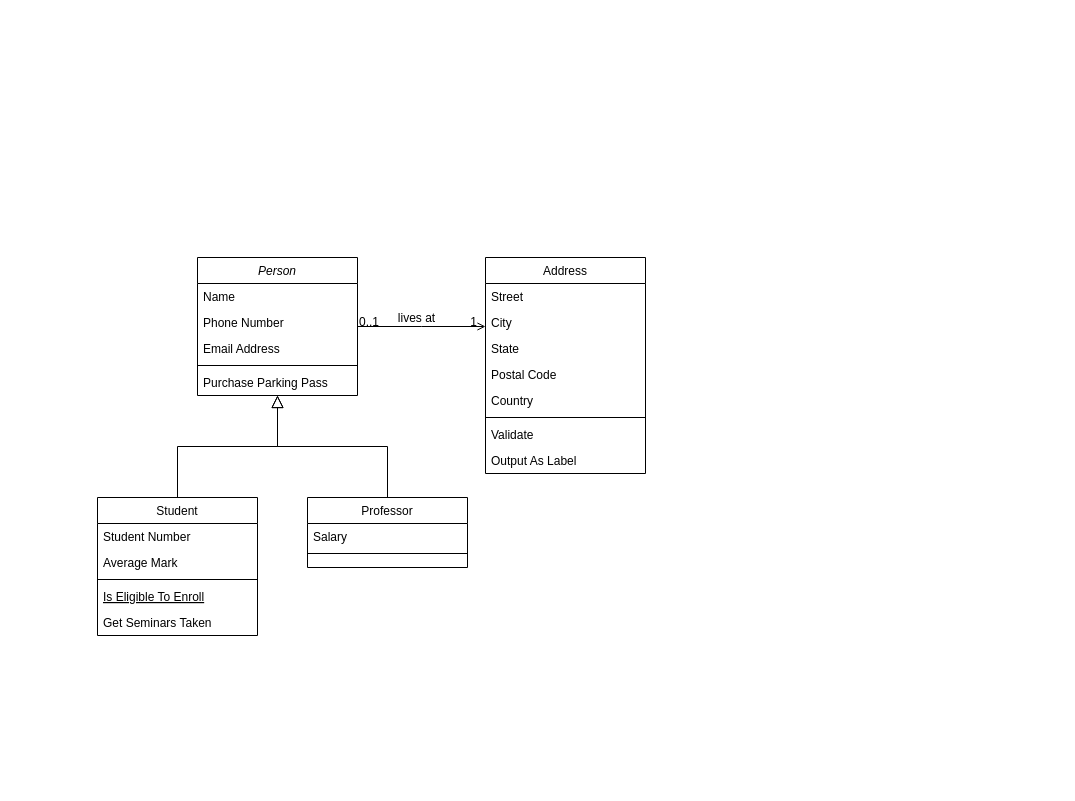
Before: ERD-Klinik-Dr.Nich.drawio in josephsbtn/Project-Klinik-Dr.Nich, a draw.io diagram. Source tidied: cells renumbered, new cells numbered last; positions are measured from the earlier drawing's top-left corner, leaving out a move shared by most shapes. Both pictures are drawn from the tidied source at 100%, with x=0, y=0 at pixel (97, 257).
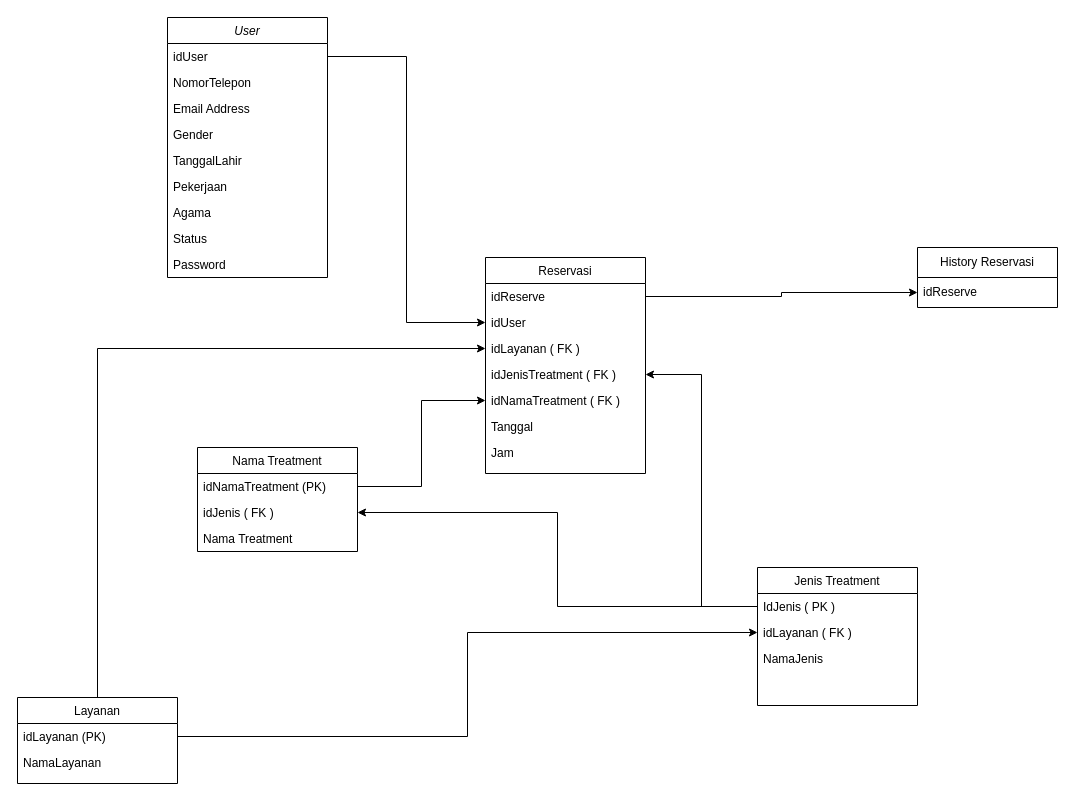
The same page after the edit.

Commit message:
ERD cuy

What changed in the source:
```diff
@@
-    <mxCell id="2" value="Person" style="swimlane;fontStyle=2;align=center;verticalAlign=top;horizontal=1;startSize=26;rounded=0;shadow=0;strokeWidth=1;" parent="1" vertex="1">
-      <mxGeometry x="100" width="160" height="138" as="geometry" />
+    <mxCell id="2" value="User" style="swimlane;fontStyle=2;align=center;verticalAlign=top;horizontal=1;startSize=26;rounded=0;shadow=0;strokeWidth=1;" parent="1" vertex="1">
+      <mxGeometry x="70" y="-240" width="160" height="260" as="geometry" />
     </mxCell>
-    <mxCell id="3" value="Name" style="text;align=left;verticalAlign=top;spacingLeft=4;spacingRight=4;overflow=hidden;points=[[0,0.5],[1,0.5]];portConstraint=eastwest;" parent="2" vertex="1">
+    <mxCell id="3" value="idUser" style="text;align=left;verticalAlign=top;spacingLeft=4;spacingRight=4;overflow=hidden;points=[[0,0.5],[1,0.5]];portConstraint=eastwest;" parent="2" vertex="1">
       <mxGeometry y="26" width="160" height="26" as="geometry" />
     </mxCell>
-    <mxCell id="4" value="Phone Number" style="text;align=left;verticalAlign=top;spacingLeft=4;spacingRight=4;overflow=hidden;rounded=0;shadow=0;html=0;" parent="2" vertex="1">
+    <mxCell id="4" value="NomorTelepon   " style="text;align=left;verticalAlign=top;spacingLeft=4;spacingRight=4;overflow=hidden;rounded=0;shadow=0;html=0;" parent="2" vertex="1">
       <mxGeometry y="52" width="160" height="26" as="geometry" />
     </mxCell>
@@
-    <mxCell id="6" style="line;html=1;strokeWidth=1;align=left;verticalAlign=middle;spacingTop=-1;spacingLeft=3;spacingRight=3;labelPosition=right;" parent="2" vertex="1">
-      <mxGeometry y="104" width="160" height="8" as="geometry" />
-    </mxCell>
-    <mxCell id="7" value="Purchase Parking Pass" style="text;align=left;verticalAlign=top;spacingLeft=4;spacingRight=4;overflow=hidden;" parent="2" vertex="1">
-      <mxGeometry y="112" width="160" height="26" as="geometry" />
+    <mxCell id="7" value="Gender" style="text;align=left;verticalAlign=top;spacingLeft=4;spacingRight=4;overflow=hidden;" parent="2" vertex="1">
+      <mxGeometry y="104" width="160" height="26" as="geometry" />
     </mxCell>
+    <mxCell id="32" value="TanggalLahir" style="text;align=left;verticalAlign=top;spacingLeft=4;spacingRight=4;overflow=hidden;rounded=0;shadow=0;html=0;" parent="2" vertex="1">
+      <mxGeometry y="130" width="160" height="26" as="geometry" />
+    </mxCell>
+    <mxCell id="33" value="Pekerjaan" style="text;align=left;verticalAlign=top;spacingLeft=4;spacingRight=4;overflow=hidden;" parent="2" vertex="1">
+      <mxGeometry y="156" width="160" height="26" as="geometry" />
+    </mxCell>
+    <mxCell id="34" value="Agama" style="text;align=left;verticalAlign=top;spacingLeft=4;spacingRight=4;overflow=hidden;" parent="2" vertex="1">
+      <mxGeometry y="182" width="160" height="26" as="geometry" />
+    </mxCell>
+    <mxCell id="35" value="Status" style="text;align=left;verticalAlign=top;spacingLeft=4;spacingRight=4;overflow=hidden;" parent="2" vertex="1">
+      <mxGeometry y="208" width="160" height="26" as="geometry" />
+    </mxCell>
+    <mxCell id="36" value="Password" style="text;align=left;verticalAlign=top;spacingLeft=4;spacingRight=4;overflow=hidden;" parent="2" vertex="1">
+      <mxGeometry y="234" width="160" height="26" as="geometry" />
+    </mxCell>
-    <mxCell id="8" value="Student" style="swimlane;fontStyle=0;align=center;verticalAlign=top;horizontal=1;startSize=26;rounded=0;shadow=0;strokeWidth=1;" parent="1" vertex="1">
-      <mxGeometry y="240" width="160" height="138" as="geometry" />
+    <mxCell id="8" value="Jenis Treatment" style="swimlane;fontStyle=0;align=center;verticalAlign=top;horizontal=1;startSize=26;rounded=0;shadow=0;strokeWidth=1;" parent="1" vertex="1">
+      <mxGeometry x="660" y="310" width="160" height="138" as="geometry" />
     </mxCell>
-    <mxCell id="9" value="Student Number" style="text;align=left;verticalAlign=top;spacingLeft=4;spacingRight=4;overflow=hidden;points=[[0,0.5],[1,0.5]];portConstraint=eastwest;" parent="8" vertex="1">
+    <mxCell id="9" value="IdJenis ( PK )" style="text;align=left;verticalAlign=top;spacingLeft=4;spacingRight=4;overflow=hidden;points=[[0,0.5],[1,0.5]];portConstraint=eastwest;" parent="8" vertex="1">
       <mxGeometry y="26" width="160" height="26" as="geometry" />
     </mxCell>
-    <mxCell id="10" value="Average Mark" style="text;align=left;verticalAlign=top;spacingLeft=4;spacingRight=4;overflow=hidden;points=[[0,0.5],[1,0.5]];portConstraint=eastwest;rounded=0;shadow=0;html=0;" parent="8" vertex="1">
+    <mxCell id="10" value="idLayanan ( FK )&#10;" style="text;align=left;verticalAlign=top;spacingLeft=4;spacingRight=4;overflow=hidden;points=[[0,0.5],[1,0.5]];portConstraint=eastwest;rounded=0;shadow=0;html=0;" parent="8" vertex="1">
       <mxGeometry y="52" width="160" height="26" as="geometry" />
     </mxCell>
-    <mxCell id="11" style="line;html=1;strokeWidth=1;align=left;verticalAlign=middle;spacingTop=-1;spacingLeft=3;spacingRight=3;labelPosition=right;" parent="8" vertex="1">
-      <mxGeometry y="78" width="160" height="8" as="geometry" />
-    </mxCell>
-    <mxCell id="12" value="Is Eligible To Enroll" style="text;align=left;verticalAlign=top;spacingLeft=4;spacingRight=4;overflow=hidden;fontStyle=4;" parent="8" vertex="1">
-      <mxGeometry y="86" width="160" height="26" as="geometry" />
-    </mxCell>
-    <mxCell id="13" value="Get Seminars Taken" style="text;align=left;verticalAlign=top;spacingLeft=4;spacingRight=4;overflow=hidden;" parent="8" vertex="1">
-      <mxGeometry y="112" width="160" height="26" as="geometry" />
-    </mxCell>
-    <mxCell id="14" style="endArrow=block;endSize=10;endFill=0;shadow=0;strokeWidth=1;rounded=0;curved=0;edgeStyle=elbowEdgeStyle;elbow=vertical;" parent="1" edge="1" source="8" target="2">
-      <mxGeometry relative="1" as="geometry" />
-    </mxCell>
+    <mxCell id="37" value="NamaJenis    " style="text;align=left;verticalAlign=top;spacingLeft=4;spacingRight=4;overflow=hidden;rounded=0;shadow=0;html=0;" parent="8" vertex="1">
+      <mxGeometry y="78" width="160" height="26" as="geometry" />
+    </mxCell>
-    <mxCell id="15" value="Professor" style="swimlane;fontStyle=0;align=center;verticalAlign=top;horizontal=1;startSize=26;rounded=0;shadow=0;strokeWidth=1;" parent="1" vertex="1">
-      <mxGeometry x="210" y="240" width="160" height="70" as="geometry" />
+    <mxCell id="15" value="Nama Treatment" style="swimlane;fontStyle=0;align=center;verticalAlign=top;horizontal=1;startSize=26;rounded=0;shadow=0;strokeWidth=1;" parent="1" vertex="1">
+      <mxGeometry x="100" y="190" width="160" height="104" as="geometry" />
     </mxCell>
-    <mxCell id="16" value="Salary" style="text;align=left;verticalAlign=top;spacingLeft=4;spacingRight=4;overflow=hidden;points=[[0,0.5],[1,0.5]];portConstraint=eastwest;" parent="15" vertex="1">
+    <mxCell id="16" value="idNamaTreatment (PK)" style="text;align=left;verticalAlign=top;spacingLeft=4;spacingRight=4;overflow=hidden;points=[[0,0.5],[1,0.5]];portConstraint=eastwest;" parent="15" vertex="1">
       <mxGeometry y="26" width="160" height="26" as="geometry" />
     </mxCell>
-    <mxCell id="17" style="line;html=1;strokeWidth=1;align=left;verticalAlign=middle;spacingTop=-1;spacingLeft=3;spacingRight=3;labelPosition=right;" parent="15" vertex="1">
-      <mxGeometry y="52" width="160" height="8" as="geometry" />
-    </mxCell>
-    <mxCell id="18" style="endArrow=block;endSize=10;endFill=0;shadow=0;strokeWidth=1;rounded=0;curved=0;edgeStyle=elbowEdgeStyle;elbow=vertical;" parent="1" edge="1" source="15" target="2">
-      <mxGeometry relative="1" as="geometry" />
-    </mxCell>
+    <mxCell id="38" value="idJenis ( FK )" style="text;align=left;verticalAlign=top;spacingLeft=4;spacingRight=4;overflow=hidden;points=[[0,0.5],[1,0.5]];portConstraint=eastwest;" parent="15" vertex="1">
+      <mxGeometry y="52" width="160" height="26" as="geometry" />
+    </mxCell>
+    <mxCell id="39" value="Nama Treatment" style="text;align=left;verticalAlign=top;spacingLeft=4;spacingRight=4;overflow=hidden;" parent="15" vertex="1">
+      <mxGeometry y="78" width="160" height="26" as="geometry" />
+    </mxCell>
-    <mxCell id="19" value="Address" style="swimlane;fontStyle=0;align=center;verticalAlign=top;horizontal=1;startSize=26;rounded=0;shadow=0;strokeWidth=1;" parent="1" vertex="1">
+    <mxCell id="19" value="Reservasi" style="swimlane;fontStyle=0;align=center;verticalAlign=top;horizontal=1;startSize=26;rounded=0;shadow=0;strokeWidth=1;" parent="1" vertex="1">
       <mxGeometry x="388" width="160" height="216" as="geometry" />
     </mxCell>
-    <mxCell id="20" value="Street" style="text;align=left;verticalAlign=top;spacingLeft=4;spacingRight=4;overflow=hidden;points=[[0,0.5],[1,0.5]];portConstraint=eastwest;" parent="19" vertex="1">
+    <mxCell id="20" value="idReserve   " style="text;align=left;verticalAlign=top;spacingLeft=4;spacingRight=4;overflow=hidden;points=[[0,0.5],[1,0.5]];portConstraint=eastwest;" parent="19" vertex="1">
       <mxGeometry y="26" width="160" height="26" as="geometry" />
     </mxCell>
-    <mxCell id="21" value="City" style="text;align=left;verticalAlign=top;spacingLeft=4;spacingRight=4;overflow=hidden;points=[[0,0.5],[1,0.5]];portConstraint=eastwest;rounded=0;shadow=0;html=0;" parent="19" vertex="1">
+    <mxCell id="21" value="idUser" style="text;align=left;verticalAlign=top;spacingLeft=4;spacingRight=4;overflow=hidden;points=[[0,0.5],[1,0.5]];portConstraint=eastwest;rounded=0;shadow=0;html=0;" parent="19" vertex="1">
       <mxGeometry y="52" width="160" height="26" as="geometry" />
     </mxCell>
-    <mxCell id="22" value="State" style="text;align=left;verticalAlign=top;spacingLeft=4;spacingRight=4;overflow=hidden;points=[[0,0.5],[1,0.5]];portConstraint=eastwest;rounded=0;shadow=0;html=0;" parent="19" vertex="1">
+    <mxCell id="22" value="idLayanan ( FK )" style="text;align=left;verticalAlign=top;spacingLeft=4;spacingRight=4;overflow=hidden;points=[[0,0.5],[1,0.5]];portConstraint=eastwest;rounded=0;shadow=0;html=0;" parent="19" vertex="1">
       <mxGeometry y="78" width="160" height="26" as="geometry" />
     </mxCell>
-    <mxCell id="23" value="Postal Code" style="text;align=left;verticalAlign=top;spacingLeft=4;spacingRight=4;overflow=hidden;points=[[0,0.5],[1,0.5]];portConstraint=eastwest;rounded=0;shadow=0;html=0;" parent="19" vertex="1">
+    <mxCell id="23" value="idJenisTreatment ( FK )" style="text;align=left;verticalAlign=top;spacingLeft=4;spacingRight=4;overflow=hidden;points=[[0,0.5],[1,0.5]];portConstraint=eastwest;rounded=0;shadow=0;html=0;" parent="19" vertex="1">
       <mxGeometry y="104" width="160" height="26" as="geometry" />
     </mxCell>
-    <mxCell id="24" value="Country" style="text;align=left;verticalAlign=top;spacingLeft=4;spacingRight=4;overflow=hidden;points=[[0,0.5],[1,0.5]];portConstraint=eastwest;rounded=0;shadow=0;html=0;" parent="19" vertex="1">
+    <mxCell id="24" value="idNamaTreatment ( FK )" style="text;align=left;verticalAlign=top;spacingLeft=4;spacingRight=4;overflow=hidden;points=[[0,0.5],[1,0.5]];portConstraint=eastwest;rounded=0;shadow=0;html=0;" parent="19" vertex="1">
       <mxGeometry y="130" width="160" height="26" as="geometry" />
     </mxCell>
-    <mxCell id="25" style="line;html=1;strokeWidth=1;align=left;verticalAlign=middle;spacingTop=-1;spacingLeft=3;spacingRight=3;labelPosition=right;" parent="19" vertex="1">
-      <mxGeometry y="156" width="160" height="8" as="geometry" />
-    </mxCell>
-    <mxCell id="26" value="Validate" style="text;align=left;verticalAlign=top;spacingLeft=4;spacingRight=4;overflow=hidden;" parent="19" vertex="1">
-      <mxGeometry y="164" width="160" height="26" as="geometry" />
+    <mxCell id="26" value="Tanggal" style="text;align=left;verticalAlign=top;spacingLeft=4;spacingRight=4;overflow=hidden;" parent="19" vertex="1">
+      <mxGeometry y="156" width="160" height="26" as="geometry" />
     </mxCell>
-    <mxCell id="27" value="Output As Label" style="text;align=left;verticalAlign=top;spacingLeft=4;spacingRight=4;overflow=hidden;" parent="19" vertex="1">
-      <mxGeometry y="190" width="160" height="26" as="geometry" />
+    <mxCell id="27" value="Jam" style="text;align=left;verticalAlign=top;spacingLeft=4;spacingRight=4;overflow=hidden;" parent="19" vertex="1">
+      <mxGeometry y="182" width="160" height="26" as="geometry" />
     </mxCell>
-    <mxCell id="28" style="endArrow=open;shadow=0;strokeWidth=1;rounded=0;curved=0;endFill=1;edgeStyle=elbowEdgeStyle;elbow=vertical;" parent="1" edge="1" source="2" target="19">
-      <mxGeometry x="0.5" y="41" relative="1" as="geometry">
-        <mxPoint x="-40" y="32" as="offset" />
-      </mxGeometry>
-    </mxCell>
-    <mxCell id="29" value="0..1" style="align=left;verticalAlign=bottom;labelBackgroundColor=none;fontSize=12;" parent="28" vertex="1">
-      <mxGeometry x="-1" relative="1" as="geometry">
-        <mxPoint y="4" as="offset" />
-      </mxGeometry>
-    </mxCell>
-    <mxCell id="30" value="1" style="align=right;verticalAlign=bottom;labelBackgroundColor=none;fontSize=12;" parent="28" vertex="1">
-      <mxGeometry x="1" relative="1" as="geometry">
-        <mxPoint x="-7" y="4" as="offset" />
-      </mxGeometry>
-    </mxCell>
-    <mxCell id="31" value="lives at" style="text;html=1;align=center;verticalAlign=middle;labelBackgroundColor=none;rounded=0;shadow=0;strokeWidth=1;fontSize=12;" parent="28" vertex="1">
-      <mxGeometry x="0.5" y="49" relative="1" as="geometry">
-        <mxPoint x="-38" y="40" as="offset" />
-      </mxGeometry>
-    </mxCell>
+    <mxCell id="40" style="edgeStyle=orthogonalEdgeStyle;rounded=0;jettySize=auto;html=1;" parent="1" edge="1" source="3" target="21">
+      <mxGeometry relative="1" as="geometry" />
+    </mxCell>
+    <mxCell id="41" style="edgeStyle=orthogonalEdgeStyle;rounded=0;jettySize=auto;html=1;" parent="1" edge="1" source="42" target="22">
+      <mxGeometry relative="1" as="geometry" />
+    </mxCell>
+    <mxCell id="42" value="Layanan" style="swimlane;fontStyle=0;align=center;verticalAlign=top;horizontal=1;startSize=26;rounded=0;shadow=0;strokeWidth=1;" parent="1" vertex="1">
+      <mxGeometry x="-80" y="440" width="160" height="86" as="geometry" />
+    </mxCell>
+    <mxCell id="43" value="idLayanan (PK)" style="text;align=left;verticalAlign=top;spacingLeft=4;spacingRight=4;overflow=hidden;points=[[0,0.5],[1,0.5]];portConstraint=eastwest;" parent="42" vertex="1">
+      <mxGeometry y="26" width="160" height="26" as="geometry" />
+    </mxCell>
+    <mxCell id="44" value="NamaLayanan" style="text;align=left;verticalAlign=top;spacingLeft=4;spacingRight=4;overflow=hidden;" parent="42" vertex="1">
+      <mxGeometry y="52" width="160" height="26" as="geometry" />
+    </mxCell>
+    <mxCell id="45" style="edgeStyle=orthogonalEdgeStyle;rounded=0;jettySize=auto;html=1;" parent="1" edge="1" source="43" target="10">
+      <mxGeometry relative="1" as="geometry" />
+    </mxCell>
+    <mxCell id="46" style="edgeStyle=orthogonalEdgeStyle;rounded=0;jettySize=auto;html=1;" parent="1" edge="1" source="9" target="38">
+      <mxGeometry relative="1" as="geometry" />
+    </mxCell>
+    <mxCell id="47" style="edgeStyle=orthogonalEdgeStyle;rounded=0;jettySize=auto;html=1;" parent="1" edge="1" source="9" target="23">
+      <mxGeometry relative="1" as="geometry" />
+    </mxCell>
+    <mxCell id="48" style="edgeStyle=orthogonalEdgeStyle;rounded=0;jettySize=auto;html=1;" parent="1" edge="1" source="16" target="24">
+      <mxGeometry relative="1" as="geometry" />
+    </mxCell>
+    <mxCell id="49" value="History Reservasi" style="swimlane;fontStyle=0;horizontal=1;startSize=30;whiteSpace=wrap;html=1;" parent="1" vertex="1">
+      <mxGeometry x="820" y="-10" width="140" height="60" as="geometry" />
+    </mxCell>
+    <mxCell id="50" value="idReserve" style="text;strokeColor=none;fillColor=none;align=left;verticalAlign=middle;spacingLeft=4;spacingRight=4;overflow=hidden;points=[[0,0.5],[1,0.5]];portConstraint=eastwest;whiteSpace=wrap;html=1;" parent="49" vertex="1">
+      <mxGeometry y="30" width="140" height="30" as="geometry" />
+    </mxCell>
+    <mxCell id="51" style="edgeStyle=orthogonalEdgeStyle;rounded=0;jettySize=auto;html=1;" parent="1" edge="1" source="20" target="50">
+      <mxGeometry relative="1" as="geometry" />
+    </mxCell>
```
